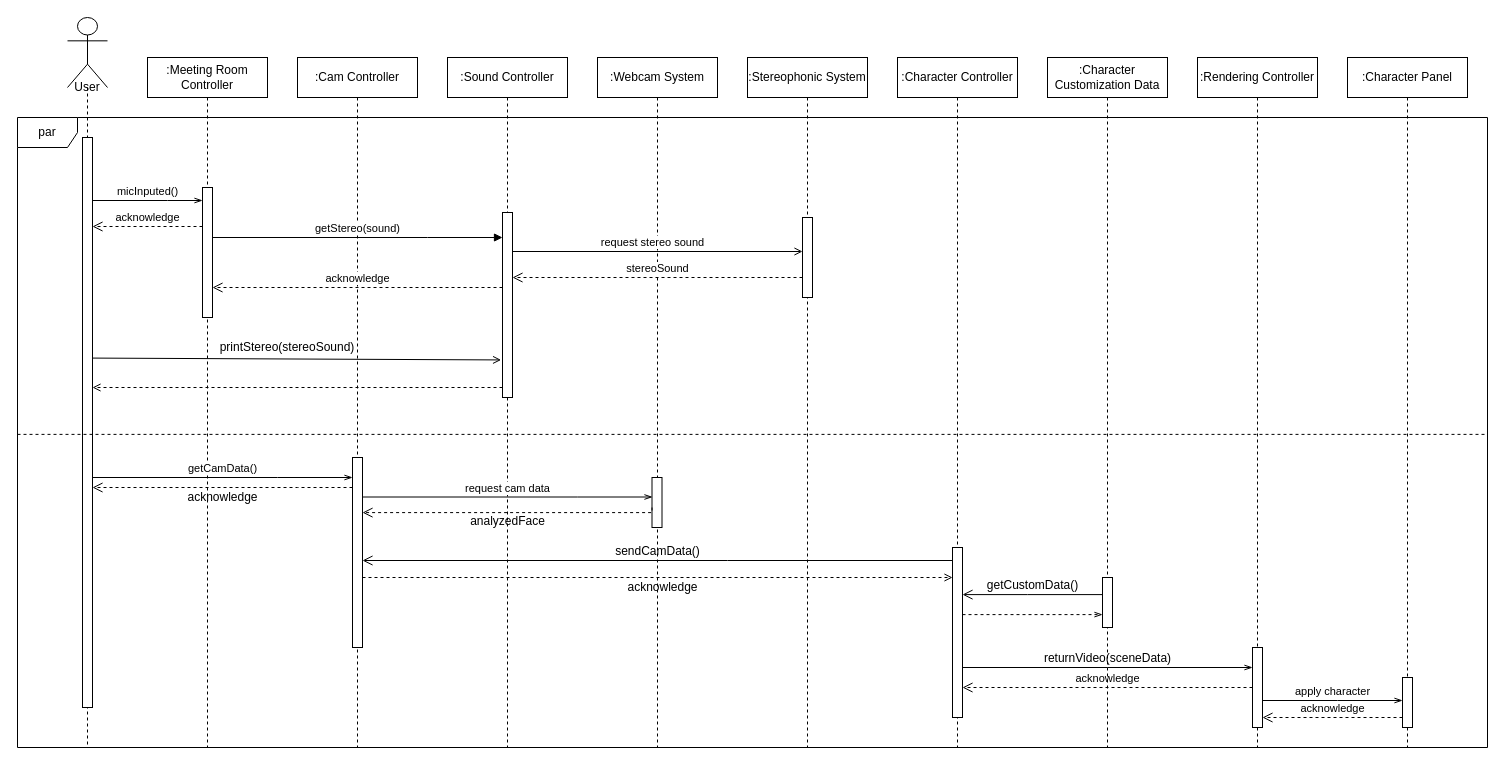
Above: SD7(1).drawio in ONFFLine/Diagram (draw.io), before the change. Source tidied: cells renumbered, new cells numbered last; positions are measured from the earlier drawing's top-left corner, leaving out a move shared by most shapes. Both pictures are drawn from the tidied source at 100%, with x=0, y=0 at pixel (17, 17).
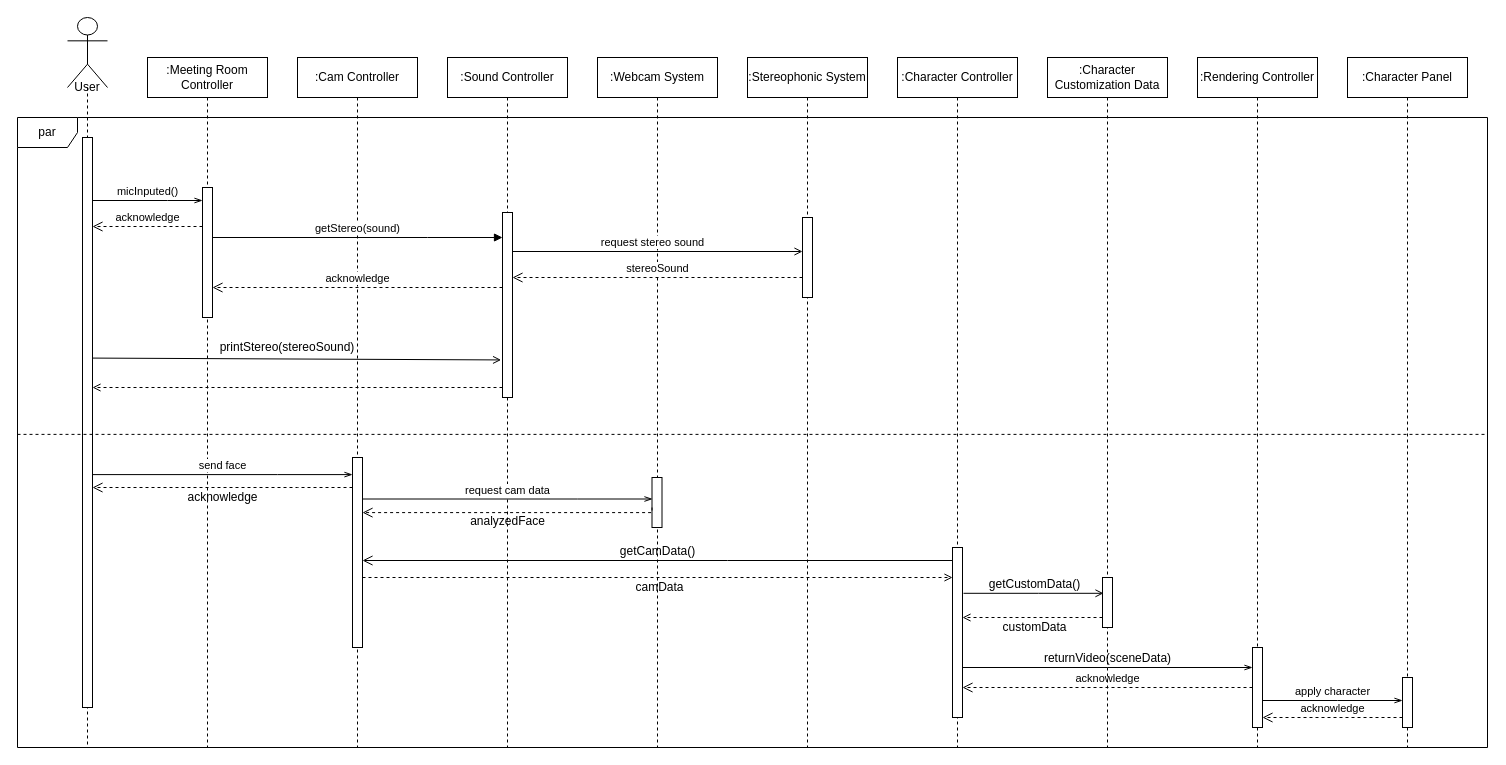
The same diagram, later.

Unchanged cells that the change refers to:
```xml
<mxCell id="6" style="html=1;points=[];perimeter=orthogonalPerimeter;" parent="5" vertex="1">
  <mxGeometry x="55" y="400" width="10" height="190" as="geometry" />
</mxCell>
<mxCell id="14" style="html=1;points=[];perimeter=orthogonalPerimeter;" parent="13" vertex="1">
  <mxGeometry x="55" y="490" width="10" height="170" as="geometry" />
</mxCell>
<mxCell id="16" style="html=1;points=[];perimeter=orthogonalPerimeter;" parent="15" vertex="1">
  <mxGeometry x="15" y="120" width="10" height="570" as="geometry" />
</mxCell>
<mxCell id="44" style="html=1;points=[];perimeter=orthogonalPerimeter;" parent="43" vertex="1">
  <mxGeometry x="55" y="520" width="10" height="50" as="geometry" />
</mxCell>
```

Diff of the diagram source:
```diff
@@
-    <mxCell id="23" value="getCamData()" style="html=1;verticalAlign=bottom;endArrow=openThin;rounded=0;edgeStyle=orthogonalEdgeStyle;endFill=0;" parent="1" edge="1" source="16" target="6">
+    <mxCell id="23" value="send face" style="html=1;verticalAlign=bottom;endArrow=openThin;rounded=0;edgeStyle=orthogonalEdgeStyle;endFill=0;" parent="1" edge="1">
       <mxGeometry relative="1" as="geometry">
+        <mxPoint x="75" y="457.1" as="sourcePoint" />
+        <mxPoint x="335" y="457.1" as="targetPoint" />
         <Array as="points">
-          <mxPoint x="260" y="460" />
-          <mxPoint x="260" y="460" />
+          <mxPoint x="260" y="457" />
+          <mxPoint x="260" y="457" />
         </Array>
       </mxGeometry>
     </mxCell>
     <mxCell id="24" value="request cam data" style="html=1;verticalAlign=bottom;endArrow=openThin;rounded=0;edgeStyle=orthogonalEdgeStyle;endFill=0;" parent="1" edge="1">
       <mxGeometry relative="1" as="geometry">
-        <mxPoint x="345" y="479.5" as="sourcePoint" />
-        <mxPoint x="635" y="479.5" as="targetPoint" />
+        <mxPoint x="345" y="481.5" as="sourcePoint" />
+        <mxPoint x="635" y="481.5" as="targetPoint" />
         <Array as="points">
-          <mxPoint x="560" y="479.5" />
-          <mxPoint x="560" y="479.5" />
+          <mxPoint x="560" y="481.5" />
+          <mxPoint x="560" y="481.5" />
         </Array>
       </mxGeometry>
     </mxCell>
@@
-    <mxCell id="38" value="sendCamData()" style="text;html=1;align=center;verticalAlign=middle;strokeColor=none;" parent="1" vertex="1">
-      <mxGeometry x="590" y="524" width="100" height="20" as="geometry" />
+    <mxCell id="38" value="getCamData()" style="text;html=1;align=center;verticalAlign=middle;strokeColor=none;" parent="1" vertex="1">
+      <mxGeometry x="595" y="524" width="90" height="20" as="geometry" />
     </mxCell>
@@
-    <mxCell id="45" style="html=1;verticalAlign=bottom;endArrow=openThin;rounded=0;edgeStyle=orthogonalEdgeStyle;endFill=0;dashed=1;" parent="1" edge="1">
+    <mxCell id="45" style="html=1;verticalAlign=bottom;endArrow=open;rounded=0;edgeStyle=orthogonalEdgeStyle;endFill=0;" parent="1" edge="1">
       <mxGeometry relative="1" as="geometry">
-        <mxPoint x="945" y="597.1" as="sourcePoint" />
-        <mxPoint x="1085" y="597.1" as="targetPoint" />
+        <mxPoint x="946" y="575.8" as="sourcePoint" />
+        <mxPoint x="1086" y="575.8" as="targetPoint" />
         <Array as="points">
-          <mxPoint x="1020" y="597" />
-          <mxPoint x="1020" y="597" />
+          <mxPoint x="1021" y="575.8" />
+          <mxPoint x="1021" y="575.8" />
         </Array>
       </mxGeometry>
     </mxCell>
-    <mxCell id="46" value="&lt;span style=&quot;font-size: 12px&quot;&gt;getCustomData()&lt;/span&gt;" style="html=1;verticalAlign=bottom;endArrow=open;endSize=8;rounded=0;edgeStyle=orthogonalEdgeStyle;" parent="1" edge="1">
-      <mxGeometry relative="1" as="geometry">
-        <mxPoint x="1085" y="577.1" as="sourcePoint" />
-        <mxPoint x="945" y="577.1" as="targetPoint" />
-        <Array as="points">
-          <mxPoint x="1010" y="577" />
-          <mxPoint x="1010" y="577" />
-        </Array>
-      </mxGeometry>
-    </mxCell>
@@
-    <mxCell id="49" value="acknowledge" style="text;html=1;align=center;verticalAlign=middle;strokeColor=none;" parent="1" vertex="1">
-      <mxGeometry x="600" y="560" width="90" height="20" as="geometry" />
+    <mxCell id="49" value="camData" style="text;html=1;align=center;verticalAlign=middle;strokeColor=none;" parent="1" vertex="1">
+      <mxGeometry x="612" y="560" width="60" height="20" as="geometry" />
     </mxCell>
+    <mxCell id="46" value="getCustomData()" style="text;html=1;align=center;verticalAlign=middle;strokeColor=none;" parent="1" vertex="1">
+      <mxGeometry x="962" y="557" width="110" height="20" as="geometry" />
+    </mxCell>
+    <mxCell id="50" style="edgeStyle=orthogonalEdgeStyle;rounded=0;jettySize=auto;html=1;dashed=1;endArrow=open;endFill=0;" parent="1" edge="1" source="44" target="14">
+      <mxGeometry relative="1" as="geometry">
+        <Array as="points">
+          <mxPoint x="990" y="600" />
+          <mxPoint x="990" y="600" />
+        </Array>
+      </mxGeometry>
+    </mxCell>
+    <mxCell id="51" value="customData" style="text;html=1;align=center;verticalAlign=middle;strokeColor=none;" parent="1" vertex="1">
+      <mxGeometry x="977" y="600" width="80" height="20" as="geometry" />
+    </mxCell>
```
